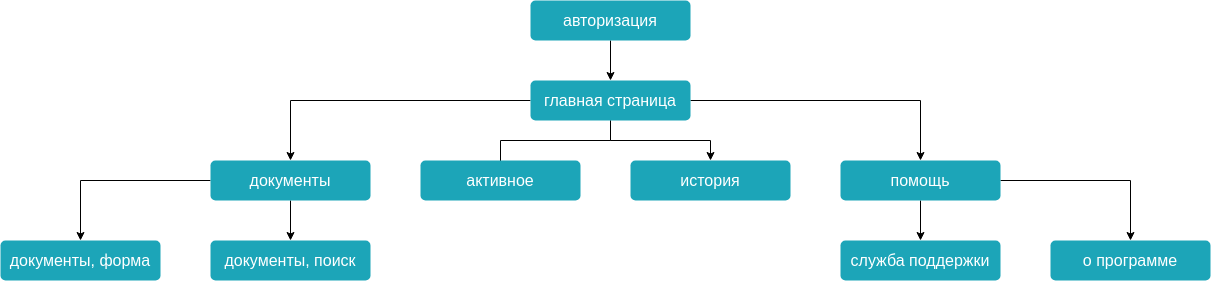
HV220/app_sibur keeps this draw.io diagram as images/md-images/part-2/struct-app/img1.png. Above is the earlier version. Source tidied: cells renumbered, new cells last; positions are measured from the earlier drawing's top-left corner, leaving out a move shared by most shapes.
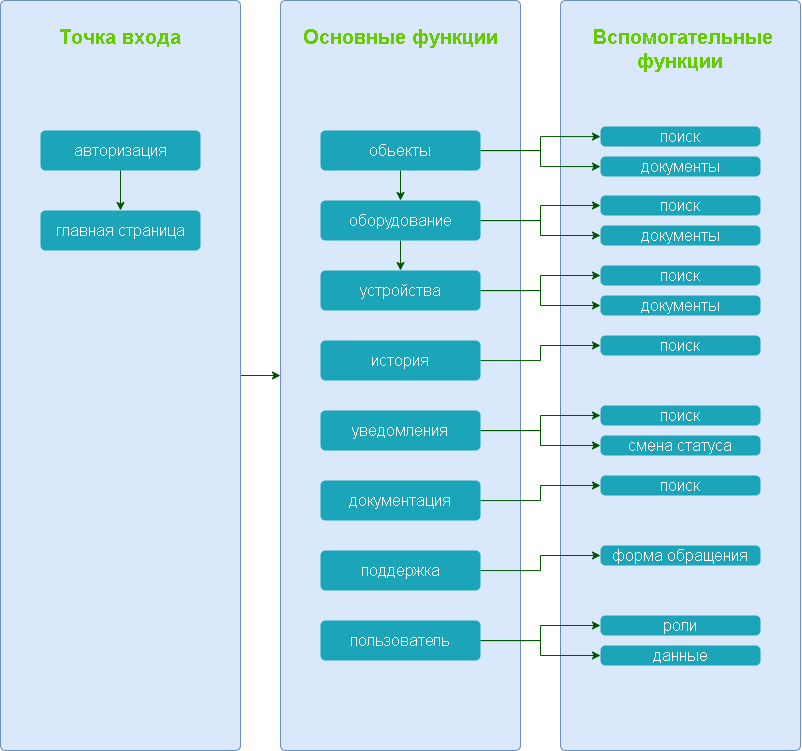
The same file after the commit.

Diff of the diagram source:
```diff
@@ -2,63 +2,136 @@
   <root>
     <mxCell id="0" />
     <mxCell id="1" parent="0" />
+    <mxCell id="22" value="Слой без названия" parent="0" />
+    <mxCell id="23" style="edgeStyle=orthogonalEdgeStyle;rounded=0;jettySize=auto;html=1;fontColor=#66CC00;fillColor=#008a00;strokeColor=#005700;" parent="22" edge="1" source="24" target="25">
+      <mxGeometry relative="1" as="geometry" />
+    </mxCell>
+    <mxCell id="24" value="&lt;span&gt;&lt;font style=&quot;font-size: 20px&quot;&gt;Точка входа&lt;/font&gt;&lt;/span&gt;&lt;font&gt;&lt;span&gt;&lt;font style=&quot;font-size: 14px&quot;&gt;&lt;br style=&quot;font-size: 10px&quot;&gt;&lt;br&gt;&lt;/font&gt;&lt;/span&gt;&lt;/font&gt;" style="html=1;shadow=0;dashed=0;shape=mxgraph.bootstrap.rrect;rSize=5;strokeColor=#6c8ebf;html=1;whiteSpace=wrap;fillColor=#dae8fc;verticalAlign=top;align=center;spacing=20;fontSize=14;fontColor=#66CC00;fontStyle=1;" parent="22" vertex="1">
+      <mxGeometry x="150" y="-110" width="240" height="750" as="geometry" />
+    </mxCell>
+    <mxCell id="25" value="&lt;font&gt;&lt;span&gt;&lt;font style=&quot;&quot;&gt;&lt;span style=&quot;font-size: 20px;&quot;&gt;Основные функции&lt;/span&gt;&lt;br&gt;&lt;/font&gt;&lt;/span&gt;&lt;/font&gt;" style="html=1;shadow=0;dashed=0;shape=mxgraph.bootstrap.rrect;rSize=5;strokeColor=#6c8ebf;html=1;whiteSpace=wrap;fillColor=#dae8fc;verticalAlign=top;align=center;spacing=20;fontSize=14;fontColor=#66CC00;fontStyle=1;" parent="22" vertex="1">
+      <mxGeometry x="430" y="-110" width="240" height="750" as="geometry" />
+    </mxCell>
+    <mxCell id="26" value="&lt;font&gt;&lt;span&gt;&lt;font style=&quot;&quot;&gt;&lt;span style=&quot;font-size: 20px;&quot;&gt;&amp;nbsp;Вспомогательные функции&lt;/span&gt;&lt;br&gt;&lt;/font&gt;&lt;/span&gt;&lt;/font&gt;" style="html=1;shadow=0;dashed=0;shape=mxgraph.bootstrap.rrect;rSize=5;strokeColor=#6c8ebf;html=1;whiteSpace=wrap;fillColor=#dae8fc;verticalAlign=top;align=center;spacing=20;fontSize=14;fontColor=#66CC00;fontStyle=1;" parent="22" vertex="1">
+      <mxGeometry x="710" y="-110" width="240" height="750" as="geometry" />
+    </mxCell>
     <mxCell id="2" value="активное" parent="0" />
-    <mxCell id="3" style="edgeStyle=orthogonalEdgeStyle;rounded=0;jettySize=auto;html=1;" parent="2" edge="1" source="4" target="9">
-      <mxGeometry relative="1" as="geometry" />
-    </mxCell>
-    <mxCell id="4" value="авторизация" style="html=1;shadow=0;dashed=0;shape=mxgraph.bootstrap.rrect;rSize=5;strokeColor=none;strokeWidth=1;fillColor=#1CA5B8;fontColor=#FFFFFF;whiteSpace=wrap;align=center;verticalAlign=middle;spacingLeft=0;fontStyle=0;fontSize=16;spacing=5;" parent="2" vertex="1">
-      <mxGeometry x="530" width="160" height="40" as="geometry" />
-    </mxCell>
-    <mxCell id="5" style="edgeStyle=orthogonalEdgeStyle;rounded=0;jettySize=auto;html=1;" parent="2" edge="1" source="9" target="13">
-      <mxGeometry relative="1" as="geometry" />
-    </mxCell>
-    <mxCell id="6" style="edgeStyle=orthogonalEdgeStyle;rounded=0;jettySize=auto;html=1;entryX=0.5;entryY=0.25;entryDx=0;entryDy=0;entryPerimeter=0;" parent="2" edge="1" source="9" target="14">
-      <mxGeometry relative="1" as="geometry" />
-    </mxCell>
-    <mxCell id="7" style="edgeStyle=orthogonalEdgeStyle;rounded=0;jettySize=auto;html=1;" parent="2" edge="1" source="9" target="17">
-      <mxGeometry relative="1" as="geometry" />
-    </mxCell>
-    <mxCell id="8" style="edgeStyle=orthogonalEdgeStyle;rounded=0;jettySize=auto;html=1;" parent="2" edge="1" source="9" target="12">
-      <mxGeometry relative="1" as="geometry" />
-    </mxCell>
-    <mxCell id="9" value="главная страница" style="html=1;shadow=0;dashed=0;shape=mxgraph.bootstrap.rrect;rSize=5;strokeColor=none;strokeWidth=1;fillColor=#1CA5B8;fontColor=#FFFFFF;whiteSpace=wrap;align=center;verticalAlign=middle;spacingLeft=0;fontStyle=0;fontSize=16;spacing=5;" parent="2" vertex="1">
-      <mxGeometry x="530" y="80" width="160" height="40" as="geometry" />
-    </mxCell>
-    <mxCell id="10" style="edgeStyle=orthogonalEdgeStyle;rounded=0;jettySize=auto;html=1;entryX=0.5;entryY=0;entryDx=0;entryDy=0;entryPerimeter=0;" parent="2" edge="1" source="12" target="18">
-      <mxGeometry relative="1" as="geometry" />
-    </mxCell>
-    <mxCell id="11" style="edgeStyle=orthogonalEdgeStyle;rounded=0;jettySize=auto;html=1;" parent="2" edge="1" source="12" target="19">
-      <mxGeometry relative="1" as="geometry" />
-    </mxCell>
+    <mxCell id="27" style="edgeStyle=orthogonalEdgeStyle;rounded=0;jettySize=auto;html=1;fillColor=#008a00;strokeColor=#005700;" parent="2" edge="1" source="12" target="47">
+      <mxGeometry relative="1" as="geometry" />
+    </mxCell>
+    <mxCell id="28" style="edgeStyle=orthogonalEdgeStyle;rounded=0;jettySize=auto;html=1;fillColor=#008a00;strokeColor=#005700;" parent="2" edge="1" source="12" target="48">
+      <mxGeometry relative="1" as="geometry" />
+    </mxCell>
+    <mxCell id="29" style="edgeStyle=orthogonalEdgeStyle;rounded=0;jettySize=auto;html=1;fillColor=#008a00;strokeColor=#005700;" parent="2" edge="1" source="12" target="43">
+      <mxGeometry relative="1" as="geometry" />
+    </mxCell>
-    <mxCell id="12" value="помощь" style="html=1;shadow=0;dashed=0;shape=mxgraph.bootstrap.rrect;rSize=5;strokeColor=none;strokeWidth=1;fillColor=#1CA5B8;fontColor=#FFFFFF;whiteSpace=wrap;align=center;verticalAlign=middle;spacingLeft=0;fontStyle=0;fontSize=16;spacing=5;" parent="2" vertex="1">
-      <mxGeometry x="840" y="160" width="160" height="40" as="geometry" />
+    <mxCell id="12" value="обьекты" style="html=1;shadow=0;dashed=0;shape=mxgraph.bootstrap.rrect;rSize=5;strokeColor=none;strokeWidth=1;fillColor=#1CA5B8;fontColor=#FFFFFF;whiteSpace=wrap;align=center;verticalAlign=middle;spacingLeft=0;fontStyle=0;fontSize=16;spacing=5;" parent="2" vertex="1">
+      <mxGeometry x="470" y="20" width="160" height="40" as="geometry" />
     </mxCell>
+    <mxCell id="30" style="edgeStyle=orthogonalEdgeStyle;rounded=0;jettySize=auto;html=1;fillColor=#008a00;strokeColor=#005700;" parent="2" edge="1" source="13" target="14">
+      <mxGeometry relative="1" as="geometry" />
+    </mxCell>
-    <mxCell id="13" value="история" style="html=1;shadow=0;dashed=0;shape=mxgraph.bootstrap.rrect;rSize=5;strokeColor=none;strokeWidth=1;fillColor=#1CA5B8;fontColor=#FFFFFF;whiteSpace=wrap;align=center;verticalAlign=middle;spacingLeft=0;fontStyle=0;fontSize=16;spacing=5;" parent="2" vertex="1">
-      <mxGeometry x="630" y="160" width="160" height="40" as="geometry" />
+    <mxCell id="13" value="авторизация" style="html=1;shadow=0;dashed=0;shape=mxgraph.bootstrap.rrect;rSize=5;strokeColor=none;strokeWidth=1;fillColor=#1CA5B8;fontColor=#FFFFFF;whiteSpace=wrap;align=center;verticalAlign=middle;spacingLeft=0;fontStyle=0;fontSize=16;spacing=5;" parent="2" vertex="1">
+      <mxGeometry x="190" y="20" width="160" height="40" as="geometry" />
     </mxCell>
-    <mxCell id="14" value="активное" style="html=1;shadow=0;dashed=0;shape=mxgraph.bootstrap.rrect;rSize=5;strokeColor=none;strokeWidth=1;fillColor=#1CA5B8;fontColor=#FFFFFF;whiteSpace=wrap;align=center;verticalAlign=middle;spacingLeft=0;fontStyle=0;fontSize=16;spacing=5;" parent="2" vertex="1">
-      <mxGeometry x="420" y="160" width="160" height="40" as="geometry" />
+    <mxCell id="14" value="главная страница" style="html=1;shadow=0;dashed=0;shape=mxgraph.bootstrap.rrect;rSize=5;strokeColor=none;strokeWidth=1;fillColor=#1CA5B8;fontColor=#FFFFFF;whiteSpace=wrap;align=center;verticalAlign=middle;spacingLeft=0;fontStyle=0;fontSize=16;spacing=5;" parent="2" vertex="1">
+      <mxGeometry x="190" y="100" width="160" height="40" as="geometry" />
     </mxCell>
-    <mxCell id="15" style="edgeStyle=orthogonalEdgeStyle;rounded=0;jettySize=auto;html=1;" parent="2" edge="1" source="17" target="20">
-      <mxGeometry relative="1" as="geometry" />
-    </mxCell>
-    <mxCell id="16" style="edgeStyle=orthogonalEdgeStyle;rounded=0;jettySize=auto;html=1;" parent="2" edge="1" source="17" target="21">
-      <mxGeometry relative="1" as="geometry" />
-    </mxCell>
-    <mxCell id="17" value="документы" style="html=1;shadow=0;dashed=0;shape=mxgraph.bootstrap.rrect;rSize=5;strokeColor=none;strokeWidth=1;fillColor=#1CA5B8;fontColor=#FFFFFF;whiteSpace=wrap;align=center;verticalAlign=middle;spacingLeft=0;fontStyle=0;fontSize=16;spacing=5;" parent="2" vertex="1">
-      <mxGeometry x="210" y="160" width="160" height="40" as="geometry" />
-    </mxCell>
-    <mxCell id="18" value="служба поддержки" style="html=1;shadow=0;dashed=0;shape=mxgraph.bootstrap.rrect;rSize=5;strokeColor=none;strokeWidth=1;fillColor=#1CA5B8;fontColor=#FFFFFF;whiteSpace=wrap;align=center;verticalAlign=middle;spacingLeft=0;fontStyle=0;fontSize=16;spacing=5;" parent="2" vertex="1">
-      <mxGeometry x="840" y="240" width="160" height="40" as="geometry" />
-    </mxCell>
-    <mxCell id="19" value="о программе" style="html=1;shadow=0;dashed=0;shape=mxgraph.bootstrap.rrect;rSize=5;strokeColor=none;strokeWidth=1;fillColor=#1CA5B8;fontColor=#FFFFFF;whiteSpace=wrap;align=center;verticalAlign=middle;spacingLeft=0;fontStyle=0;fontSize=16;spacing=5;" parent="2" vertex="1">
-      <mxGeometry x="1050" y="240" width="160" height="40" as="geometry" />
-    </mxCell>
-    <mxCell id="20" value="документы, поиск" style="html=1;shadow=0;dashed=0;shape=mxgraph.bootstrap.rrect;rSize=5;strokeColor=none;strokeWidth=1;fillColor=#1CA5B8;fontColor=#FFFFFF;whiteSpace=wrap;align=center;verticalAlign=middle;spacingLeft=0;fontStyle=0;fontSize=16;spacing=5;" parent="2" vertex="1">
-      <mxGeometry x="210" y="240" width="160" height="40" as="geometry" />
-    </mxCell>
-    <mxCell id="21" value="документы, форма" style="html=1;shadow=0;dashed=0;shape=mxgraph.bootstrap.rrect;rSize=5;strokeColor=none;strokeWidth=1;fillColor=#1CA5B8;fontColor=#FFFFFF;whiteSpace=wrap;align=center;verticalAlign=middle;spacingLeft=0;fontStyle=0;fontSize=16;spacing=5;" parent="2" vertex="1">
-      <mxGeometry y="240" width="160" height="40" as="geometry" />
-    </mxCell>
+    <mxCell id="31" style="edgeStyle=orthogonalEdgeStyle;rounded=0;jettySize=auto;html=1;fillColor=#008a00;strokeColor=#005700;" parent="2" edge="1" source="32" target="53">
+      <mxGeometry relative="1" as="geometry" />
+    </mxCell>
+    <mxCell id="32" value="история" style="html=1;shadow=0;dashed=0;shape=mxgraph.bootstrap.rrect;rSize=5;strokeColor=none;strokeWidth=1;fillColor=#1CA5B8;fontColor=#FFFFFF;whiteSpace=wrap;align=center;verticalAlign=middle;spacingLeft=0;fontStyle=0;fontSize=16;spacing=5;" parent="2" vertex="1">
+      <mxGeometry x="470" y="230" width="160" height="40" as="geometry" />
+    </mxCell>
+    <mxCell id="33" style="edgeStyle=orthogonalEdgeStyle;rounded=0;jettySize=auto;html=1;fillColor=#008a00;strokeColor=#005700;" parent="2" edge="1" source="35" target="54">
+      <mxGeometry relative="1" as="geometry" />
+    </mxCell>
+    <mxCell id="34" style="edgeStyle=orthogonalEdgeStyle;rounded=0;jettySize=auto;html=1;fillColor=#008a00;strokeColor=#005700;" parent="2" edge="1" source="35" target="55">
+      <mxGeometry relative="1" as="geometry" />
+    </mxCell>
+    <mxCell id="35" value="уведомления" style="html=1;shadow=0;dashed=0;shape=mxgraph.bootstrap.rrect;rSize=5;strokeColor=none;strokeWidth=1;fillColor=#1CA5B8;fontColor=#FFFFFF;whiteSpace=wrap;align=center;verticalAlign=middle;spacingLeft=0;fontStyle=0;fontSize=16;spacing=5;" parent="2" vertex="1">
+      <mxGeometry x="470" y="300" width="160" height="40" as="geometry" />
+    </mxCell>
+    <mxCell id="36" style="edgeStyle=orthogonalEdgeStyle;rounded=0;jettySize=auto;html=1;fillColor=#008a00;strokeColor=#005700;" parent="2" edge="1" source="37" target="56">
+      <mxGeometry relative="1" as="geometry" />
+    </mxCell>
+    <mxCell id="37" value="документация" style="html=1;shadow=0;dashed=0;shape=mxgraph.bootstrap.rrect;rSize=5;strokeColor=none;strokeWidth=1;fillColor=#1CA5B8;fontColor=#FFFFFF;whiteSpace=wrap;align=center;verticalAlign=middle;spacingLeft=0;fontStyle=0;fontSize=16;spacing=5;" parent="2" vertex="1">
+      <mxGeometry x="470" y="370" width="160" height="40" as="geometry" />
+    </mxCell>
+    <mxCell id="38" style="edgeStyle=orthogonalEdgeStyle;rounded=0;jettySize=auto;html=1;fillColor=#008a00;strokeColor=#005700;" parent="2" edge="1" source="39" target="57">
+      <mxGeometry relative="1" as="geometry" />
+    </mxCell>
+    <mxCell id="39" value="поддержка" style="html=1;shadow=0;dashed=0;shape=mxgraph.bootstrap.rrect;rSize=5;strokeColor=none;strokeWidth=1;fillColor=#1CA5B8;fontColor=#FFFFFF;whiteSpace=wrap;align=center;verticalAlign=middle;spacingLeft=0;fontStyle=0;fontSize=16;spacing=5;" parent="2" vertex="1">
+      <mxGeometry x="470" y="440" width="160" height="40" as="geometry" />
+    </mxCell>
+    <mxCell id="40" style="edgeStyle=orthogonalEdgeStyle;rounded=0;jettySize=auto;html=1;fillColor=#008a00;strokeColor=#005700;" parent="2" edge="1" source="43" target="49">
+      <mxGeometry relative="1" as="geometry" />
+    </mxCell>
+    <mxCell id="41" style="edgeStyle=orthogonalEdgeStyle;rounded=0;jettySize=auto;html=1;fillColor=#008a00;strokeColor=#005700;" parent="2" edge="1" source="43" target="50">
+      <mxGeometry relative="1" as="geometry" />
+    </mxCell>
+    <mxCell id="42" style="edgeStyle=orthogonalEdgeStyle;rounded=0;jettySize=auto;html=1;fillColor=#008a00;strokeColor=#005700;" parent="2" edge="1" source="43" target="46">
+      <mxGeometry relative="1" as="geometry" />
+    </mxCell>
+    <mxCell id="43" value="оборудование" style="html=1;shadow=0;dashed=0;shape=mxgraph.bootstrap.rrect;rSize=5;strokeColor=none;strokeWidth=1;fillColor=#1CA5B8;fontColor=#FFFFFF;whiteSpace=wrap;align=center;verticalAlign=middle;spacingLeft=0;fontStyle=0;fontSize=16;spacing=5;" parent="2" vertex="1">
+      <mxGeometry x="470" y="90" width="160" height="40" as="geometry" />
+    </mxCell>
+    <mxCell id="44" style="edgeStyle=orthogonalEdgeStyle;rounded=0;jettySize=auto;html=1;fillColor=#008a00;strokeColor=#005700;" parent="2" edge="1" source="46" target="51">
+      <mxGeometry relative="1" as="geometry" />
+    </mxCell>
+    <mxCell id="45" style="edgeStyle=orthogonalEdgeStyle;rounded=0;jettySize=auto;html=1;fillColor=#008a00;strokeColor=#005700;" parent="2" edge="1" source="46" target="52">
+      <mxGeometry relative="1" as="geometry" />
+    </mxCell>
+    <mxCell id="46" value="устройства" style="html=1;shadow=0;dashed=0;shape=mxgraph.bootstrap.rrect;rSize=5;strokeColor=none;strokeWidth=1;fillColor=#1CA5B8;fontColor=#FFFFFF;whiteSpace=wrap;align=center;verticalAlign=middle;spacingLeft=0;fontStyle=0;fontSize=16;spacing=5;" parent="2" vertex="1">
+      <mxGeometry x="470" y="160" width="160" height="40" as="geometry" />
+    </mxCell>
+    <mxCell id="47" value="поиск" style="html=1;shadow=0;dashed=0;shape=mxgraph.bootstrap.rrect;rSize=5;strokeColor=none;strokeWidth=1;fillColor=#1CA5B8;fontColor=#FFFFFF;whiteSpace=wrap;align=center;verticalAlign=middle;spacingLeft=0;fontStyle=0;fontSize=16;spacing=5;" parent="2" vertex="1">
+      <mxGeometry x="750" y="16" width="160" height="20" as="geometry" />
+    </mxCell>
+    <mxCell id="48" value="документы" style="html=1;shadow=0;dashed=0;shape=mxgraph.bootstrap.rrect;rSize=5;strokeColor=none;strokeWidth=1;fillColor=#1CA5B8;fontColor=#FFFFFF;whiteSpace=wrap;align=center;verticalAlign=middle;spacingLeft=0;fontStyle=0;fontSize=16;spacing=5;" parent="2" vertex="1">
+      <mxGeometry x="750" y="46" width="160" height="20" as="geometry" />
+    </mxCell>
+    <mxCell id="49" value="поиск" style="html=1;shadow=0;dashed=0;shape=mxgraph.bootstrap.rrect;rSize=5;strokeColor=none;strokeWidth=1;fillColor=#1CA5B8;fontColor=#FFFFFF;whiteSpace=wrap;align=center;verticalAlign=middle;spacingLeft=0;fontStyle=0;fontSize=16;spacing=5;" parent="2" vertex="1">
+      <mxGeometry x="750" y="85" width="160" height="20" as="geometry" />
+    </mxCell>
+    <mxCell id="50" value="документы" style="html=1;shadow=0;dashed=0;shape=mxgraph.bootstrap.rrect;rSize=5;strokeColor=none;strokeWidth=1;fillColor=#1CA5B8;fontColor=#FFFFFF;whiteSpace=wrap;align=center;verticalAlign=middle;spacingLeft=0;fontStyle=0;fontSize=16;spacing=5;" parent="2" vertex="1">
+      <mxGeometry x="750" y="115" width="160" height="20" as="geometry" />
+    </mxCell>
+    <mxCell id="51" value="поиск" style="html=1;shadow=0;dashed=0;shape=mxgraph.bootstrap.rrect;rSize=5;strokeColor=none;strokeWidth=1;fillColor=#1CA5B8;fontColor=#FFFFFF;whiteSpace=wrap;align=center;verticalAlign=middle;spacingLeft=0;fontStyle=0;fontSize=16;spacing=5;" parent="2" vertex="1">
+      <mxGeometry x="750" y="155" width="160" height="20" as="geometry" />
+    </mxCell>
+    <mxCell id="52" value="документы" style="html=1;shadow=0;dashed=0;shape=mxgraph.bootstrap.rrect;rSize=5;strokeColor=none;strokeWidth=1;fillColor=#1CA5B8;fontColor=#FFFFFF;whiteSpace=wrap;align=center;verticalAlign=middle;spacingLeft=0;fontStyle=0;fontSize=16;spacing=5;" parent="2" vertex="1">
+      <mxGeometry x="750" y="185" width="160" height="20" as="geometry" />
+    </mxCell>
+    <mxCell id="53" value="поиск" style="html=1;shadow=0;dashed=0;shape=mxgraph.bootstrap.rrect;rSize=5;strokeColor=none;strokeWidth=1;fillColor=#1CA5B8;fontColor=#FFFFFF;whiteSpace=wrap;align=center;verticalAlign=middle;spacingLeft=0;fontStyle=0;fontSize=16;spacing=5;" parent="2" vertex="1">
+      <mxGeometry x="750" y="225" width="160" height="20" as="geometry" />
+    </mxCell>
+    <mxCell id="54" value="поиск" style="html=1;shadow=0;dashed=0;shape=mxgraph.bootstrap.rrect;rSize=5;strokeColor=none;strokeWidth=1;fillColor=#1CA5B8;fontColor=#FFFFFF;whiteSpace=wrap;align=center;verticalAlign=middle;spacingLeft=0;fontStyle=0;fontSize=16;spacing=5;" parent="2" vertex="1">
+      <mxGeometry x="750" y="295" width="160" height="20" as="geometry" />
+    </mxCell>
+    <mxCell id="55" value="смена статуса" style="html=1;shadow=0;dashed=0;shape=mxgraph.bootstrap.rrect;rSize=5;strokeColor=none;strokeWidth=1;fillColor=#1CA5B8;fontColor=#FFFFFF;whiteSpace=wrap;align=center;verticalAlign=middle;spacingLeft=0;fontStyle=0;fontSize=16;spacing=5;" parent="2" vertex="1">
+      <mxGeometry x="750" y="325" width="160" height="20" as="geometry" />
+    </mxCell>
+    <mxCell id="56" value="поиск" style="html=1;shadow=0;dashed=0;shape=mxgraph.bootstrap.rrect;rSize=5;strokeColor=none;strokeWidth=1;fillColor=#1CA5B8;fontColor=#FFFFFF;whiteSpace=wrap;align=center;verticalAlign=middle;spacingLeft=0;fontStyle=0;fontSize=16;spacing=5;" parent="2" vertex="1">
+      <mxGeometry x="750" y="365" width="160" height="20" as="geometry" />
+    </mxCell>
+    <mxCell id="57" value="форма обращения" style="html=1;shadow=0;dashed=0;shape=mxgraph.bootstrap.rrect;rSize=5;strokeColor=none;strokeWidth=1;fillColor=#1CA5B8;fontColor=#FFFFFF;whiteSpace=wrap;align=center;verticalAlign=middle;spacingLeft=0;fontStyle=0;fontSize=16;spacing=5;" parent="2" vertex="1">
+      <mxGeometry x="750" y="435" width="160" height="20" as="geometry" />
+    </mxCell>
+    <mxCell id="58" style="edgeStyle=orthogonalEdgeStyle;rounded=0;jettySize=auto;html=1;fillColor=#008a00;strokeColor=#005700;" parent="2" edge="1" source="60" target="61">
+      <mxGeometry relative="1" as="geometry" />
+    </mxCell>
+    <mxCell id="59" style="edgeStyle=orthogonalEdgeStyle;rounded=0;jettySize=auto;html=1;fillColor=#008a00;strokeColor=#005700;" parent="2" edge="1" source="60" target="62">
+      <mxGeometry relative="1" as="geometry" />
+    </mxCell>
+    <mxCell id="60" value="пользователь" style="html=1;shadow=0;dashed=0;shape=mxgraph.bootstrap.rrect;rSize=5;strokeColor=none;strokeWidth=1;fillColor=#1CA5B8;fontColor=#FFFFFF;whiteSpace=wrap;align=center;verticalAlign=middle;spacingLeft=0;fontStyle=0;fontSize=16;spacing=5;" parent="2" vertex="1">
+      <mxGeometry x="470" y="510" width="160" height="40" as="geometry" />
+    </mxCell>
+    <mxCell id="61" value="роли" style="html=1;shadow=0;dashed=0;shape=mxgraph.bootstrap.rrect;rSize=5;strokeColor=none;strokeWidth=1;fillColor=#1CA5B8;fontColor=#FFFFFF;whiteSpace=wrap;align=center;verticalAlign=middle;spacingLeft=0;fontStyle=0;fontSize=16;spacing=5;" parent="2" vertex="1">
+      <mxGeometry x="750" y="505" width="160" height="20" as="geometry" />
+    </mxCell>
+    <mxCell id="62" value="данные" style="html=1;shadow=0;dashed=0;shape=mxgraph.bootstrap.rrect;rSize=5;strokeColor=none;strokeWidth=1;fillColor=#1CA5B8;fontColor=#FFFFFF;whiteSpace=wrap;align=center;verticalAlign=middle;spacingLeft=0;fontStyle=0;fontSize=16;spacing=5;" parent="2" vertex="1">
+      <mxGeometry x="750" y="535" width="160" height="20" as="geometry" />
+    </mxCell>
   </root>
 </mxGraphModel>
```
